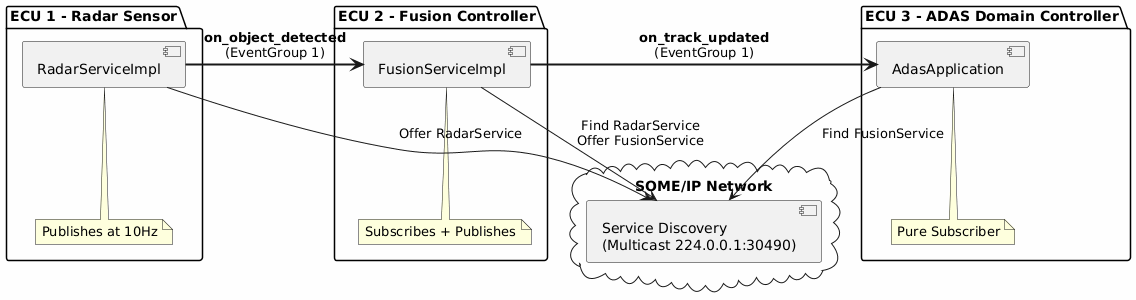
Above: docs/images/automotive_pubsub_architecture.png in arunj123/fusion-hawking (PlantUML), before the change.
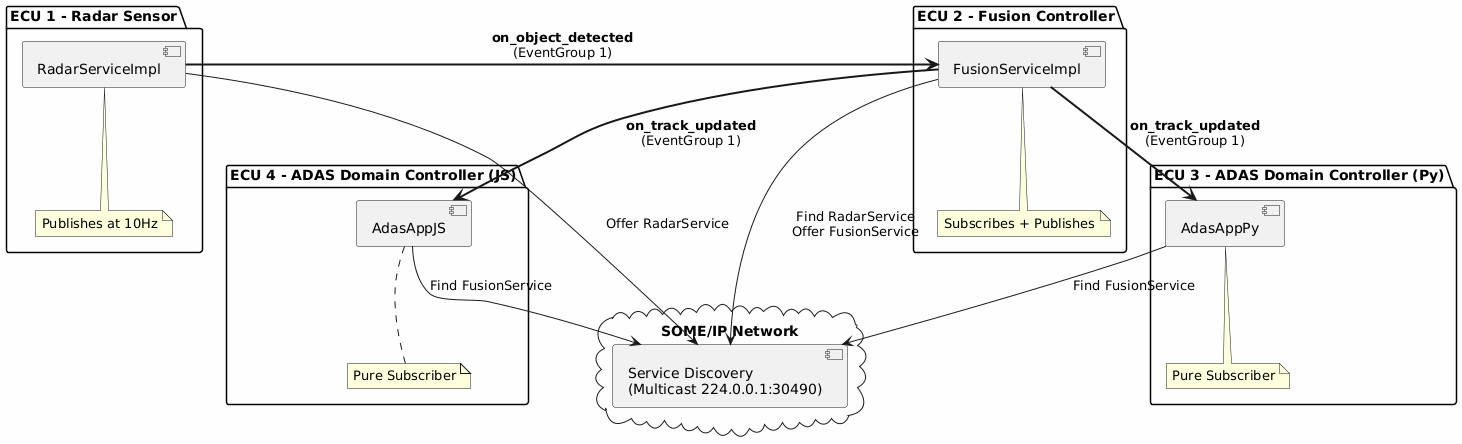
After the commit.

The edit, as a diff of the source:
```diff
@@ -12,9 +12,14 @@
     note bottom of FS : Subscribes + Publishes
 }
 
-package "ECU 3 - ADAS Domain Controller" {
-    [AdasApplication] as AA
+package "ECU 3 - ADAS Domain Controller (Py)" {
+    [AdasAppPy] as AA
     note bottom of AA : Pure Subscriber
+}
+
+package "ECU 4 - ADAS Domain Controller (JS)" {
+    [AdasAppJS] as AJ
+    note bottom of AJ : Pure Subscriber
 }
 
 cloud "SOME/IP Network" as NET {
@@ -24,7 +29,9 @@
 RS -down-> SD : Offer RadarService
 FS -down-> SD : Find RadarService\nOffer FusionService
 AA -down-> SD : Find FusionService
+AJ -down-> SD : Find FusionService
 
 RS =right=> FS : **on_object_detected**\n(EventGroup 1)
 FS =right=> AA : **on_track_updated**\n(EventGroup 1)
+FS =down=> AJ : **on_track_updated**\n(EventGroup 1)
 @enduml
```
